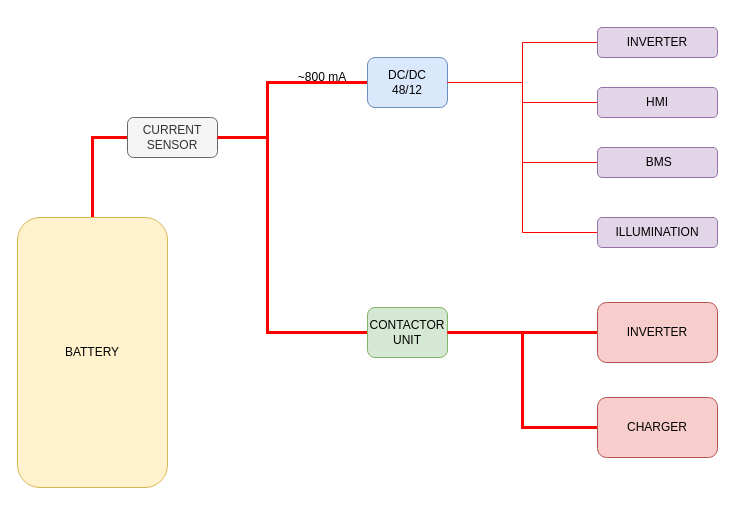
yusufselimkaratas/Draw_Io keeps this draw.io diagram as DRAWINGS/Rakun_Bat.drawio. Above is the earlier version. Source tidied: cells renumbered, new cells numbered last; positions are measured from the earlier drawing's top-left corner, leaving out a move shared by most shapes. Both pictures are drawn from the tidied source at 100%, with x=0, y=0 at pixel (17, 27).
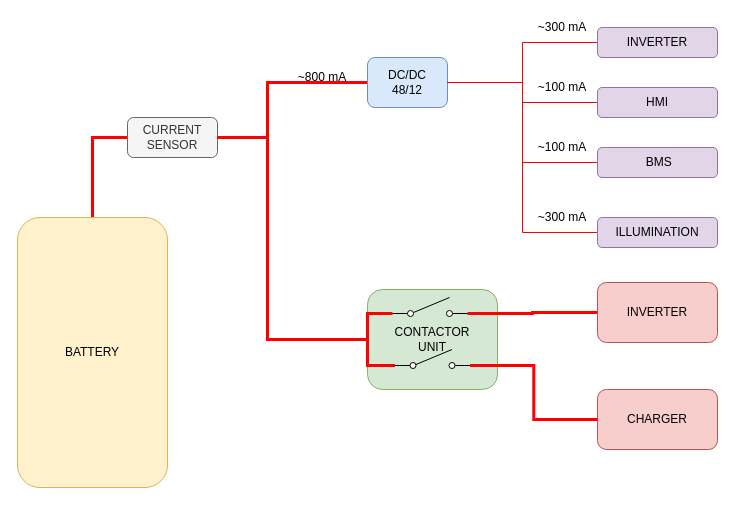
The same page after the edit.

The change refers to these unchanged cells:
```xml
<mxCell id="4" value="CURRENT &lt;br&gt;SENSOR" style="rounded=1;whiteSpace=wrap;html=1;fillColor=#f5f5f5;strokeColor=#666666;fontColor=#333333;" parent="1" vertex="1">
  <mxGeometry x="110" y="90" width="90" height="40" as="geometry" />
</mxCell>
```

What changed in the source:
```diff
@@
     <mxCell id="8" style="edgeStyle=orthogonalEdgeStyle;rounded=0;jettySize=auto;html=1;exitX=0;exitY=0.5;exitDx=0;exitDy=0;endArrow=none;endFill=0;strokeColor=#FF0000;entryX=1;entryY=0.5;entryDx=0;entryDy=0;strokeWidth=3;" parent="1" edge="1" source="9" target="4">
       <mxGeometry relative="1" as="geometry">
         <Array as="points">
-          <mxPoint x="250" y="305" />
+          <mxPoint x="250" y="312" />
           <mxPoint x="250" y="110" />
         </Array>
       </mxGeometry>
     </mxCell>
     <mxCell id="9" value="CONTACTOR&lt;br&gt;UNIT" style="rounded=1;whiteSpace=wrap;html=1;fillColor=#d5e8d4;strokeColor=#82b366;" parent="1" vertex="1">
-      <mxGeometry x="350" y="280" width="80" height="50" as="geometry" />
+      <mxGeometry x="350" y="262" width="130" height="100" as="geometry" />
     </mxCell>
@@
-    <mxCell id="18" style="edgeStyle=orthogonalEdgeStyle;rounded=0;jettySize=auto;html=1;exitX=0;exitY=0.5;exitDx=0;exitDy=0;endArrow=none;endFill=0;strokeColor=#FF0000;strokeWidth=3;" parent="1" edge="1" source="19" target="9">
-      <mxGeometry relative="1" as="geometry" />
-    </mxCell>
+    <mxCell id="22" style="edgeStyle=orthogonalEdgeStyle;rounded=0;jettySize=auto;html=1;exitX=0;exitY=0.5;exitDx=0;exitDy=0;entryX=1;entryY=0.84;entryDx=0;entryDy=0;entryPerimeter=0;endArrow=none;endFill=0;strokeColor=#FF0000;strokeWidth=3;" parent="1" edge="1" source="19" target="28">
+      <mxGeometry relative="1" as="geometry" />
+    </mxCell>
     <mxCell id="19" value="INVERTER" style="rounded=1;whiteSpace=wrap;html=1;fillColor=#f8cecc;strokeColor=#b85450;" parent="1" vertex="1">
-      <mxGeometry x="580" y="275" width="120" height="60" as="geometry" />
+      <mxGeometry x="580" y="255" width="120" height="60" as="geometry" />
     </mxCell>
-    <mxCell id="20" style="edgeStyle=orthogonalEdgeStyle;rounded=0;jettySize=auto;html=1;exitX=0;exitY=0.5;exitDx=0;exitDy=0;entryX=1;entryY=0.5;entryDx=0;entryDy=0;endArrow=none;endFill=0;strokeColor=#FF0000;strokeWidth=3;" parent="1" edge="1" source="21" target="9">
-      <mxGeometry relative="1" as="geometry" />
-    </mxCell>
     <mxCell id="21" value="CHARGER" style="rounded=1;whiteSpace=wrap;html=1;fillColor=#f8cecc;strokeColor=#b85450;" parent="1" vertex="1">
-      <mxGeometry x="580" y="370" width="120" height="60" as="geometry" />
+      <mxGeometry x="580" y="362" width="120" height="60" as="geometry" />
     </mxCell>
+    <mxCell id="23" value="~300 mA" style="text;html=1;strokeColor=none;fillColor=none;align=center;verticalAlign=middle;whiteSpace=wrap;rounded=0;" parent="1" vertex="1">
+      <mxGeometry x="510" y="-10" width="70" height="20" as="geometry" />
+    </mxCell>
+    <mxCell id="24" value="~100 mA" style="text;html=1;strokeColor=none;fillColor=none;align=center;verticalAlign=middle;whiteSpace=wrap;rounded=0;" parent="1" vertex="1">
+      <mxGeometry x="510" y="50" width="70" height="20" as="geometry" />
+    </mxCell>
+    <mxCell id="25" value="~100 mA" style="text;html=1;strokeColor=none;fillColor=none;align=center;verticalAlign=middle;whiteSpace=wrap;rounded=0;" parent="1" vertex="1">
+      <mxGeometry x="510" y="110" width="70" height="20" as="geometry" />
+    </mxCell>
+    <mxCell id="26" value="~300 mA" style="text;html=1;strokeColor=none;fillColor=none;align=center;verticalAlign=middle;whiteSpace=wrap;rounded=0;" parent="1" vertex="1">
+      <mxGeometry x="510" y="180" width="70" height="20" as="geometry" />
+    </mxCell>
+    <mxCell id="27" style="edgeStyle=orthogonalEdgeStyle;rounded=0;jettySize=auto;html=1;exitX=0;exitY=0.84;exitDx=0;exitDy=0;exitPerimeter=0;entryX=0;entryY=0.5;entryDx=0;entryDy=0;endArrow=none;endFill=0;strokeColor=#FF0000;strokeWidth=3;" parent="1" edge="1" source="28" target="9">
+      <mxGeometry relative="1" as="geometry" />
+    </mxCell>
+    <mxCell id="28" style="verticalLabelPosition=bottom;shadow=0;dashed=0;align=center;html=1;verticalAlign=top;shape=mxgraph.electrical.electro-mechanical.simple_switch;" parent="1" vertex="1">
+      <mxGeometry x="375" y="270" width="75" height="19" as="geometry" />
+    </mxCell>
+    <mxCell id="29" style="edgeStyle=orthogonalEdgeStyle;rounded=0;jettySize=auto;html=1;exitX=1;exitY=0.84;exitDx=0;exitDy=0;exitPerimeter=0;entryX=0;entryY=0.5;entryDx=0;entryDy=0;endArrow=none;endFill=0;strokeColor=#FF0000;strokeWidth=3;" parent="1" edge="1" source="31" target="21">
+      <mxGeometry relative="1" as="geometry" />
+    </mxCell>
+    <mxCell id="30" style="edgeStyle=orthogonalEdgeStyle;rounded=0;jettySize=auto;html=1;exitX=0;exitY=0.84;exitDx=0;exitDy=0;exitPerimeter=0;endArrow=none;endFill=0;strokeColor=#FF0000;strokeWidth=3;" parent="1" edge="1" source="31">
+      <mxGeometry relative="1" as="geometry">
+        <mxPoint x="350" y="310" as="targetPoint" />
+      </mxGeometry>
+    </mxCell>
+    <mxCell id="31" style="verticalLabelPosition=bottom;shadow=0;dashed=0;align=center;html=1;verticalAlign=top;shape=mxgraph.electrical.electro-mechanical.simple_switch;" parent="1" vertex="1">
+      <mxGeometry x="377.5" y="322" width="75" height="19" as="geometry" />
+    </mxCell>
```
